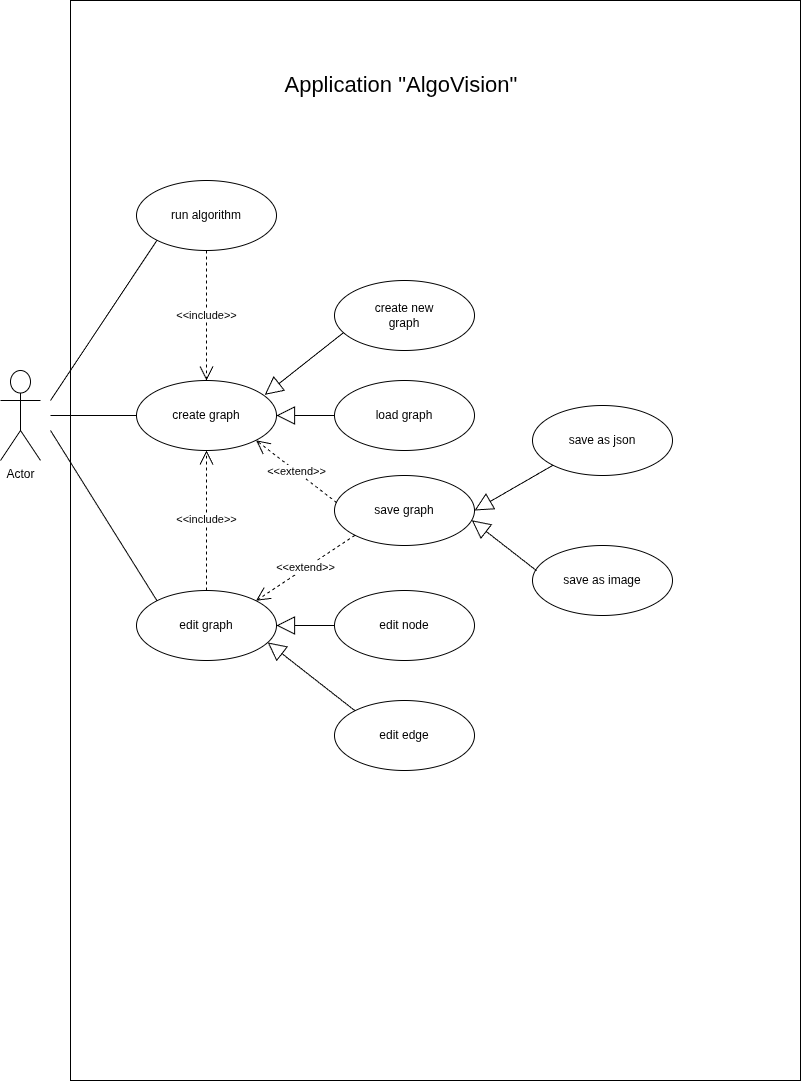
Before: AlgoVision/Specification/UseCaseDiagram.png, a diagram exported from draw.io (miona7/AlgoVision). Source tidied: cells renumbered, new cells last; positions are measured from the earlier drawing's top-left corner, leaving out a move shared by most shapes.
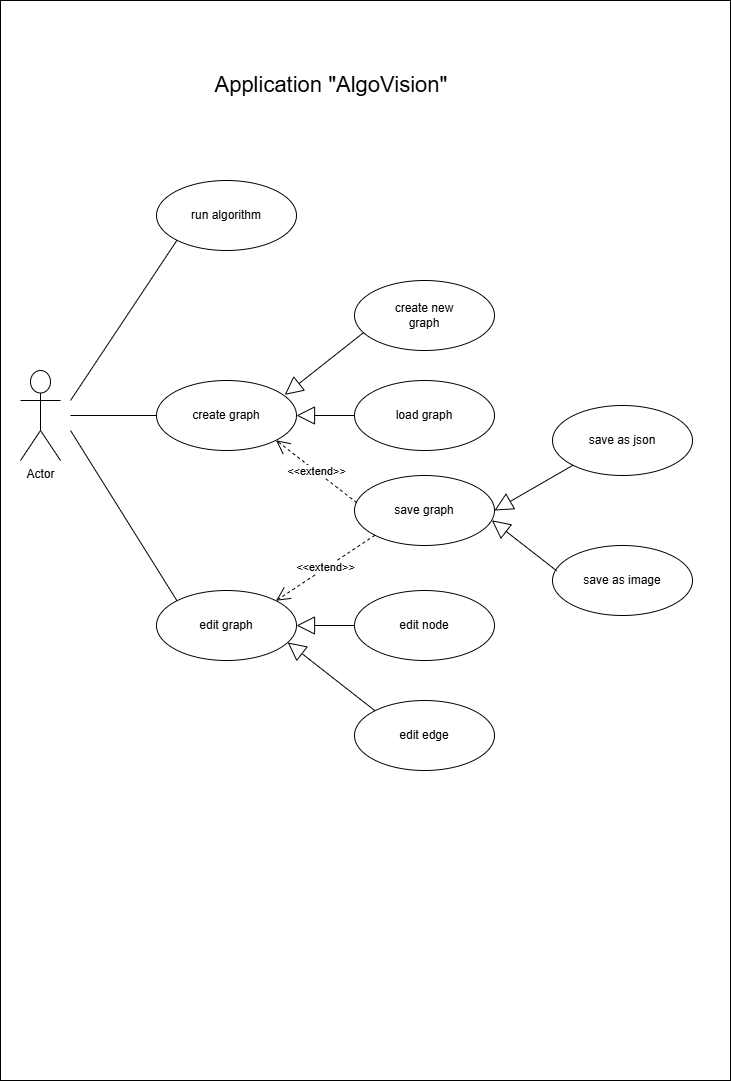
The same diagram one commit later.

Commit message:
docs: update use case diagram

Diff of the diagram source:
```diff
@@ -1,15 +1,15 @@
-<mxGraphModel>
+<mxGraphModel background="#ffffff">
   <root>
     <mxCell id="0" />
     <mxCell id="1" parent="0" />
-    <mxCell id="2" style="rounded=0;whiteSpace=wrap;html=1;" parent="1" vertex="1">
-      <mxGeometry x="70" width="730" height="1080" as="geometry" />
-    </mxCell>
+    <mxCell id="28" style="rounded=0;whiteSpace=wrap;html=1;" parent="1" vertex="1">
+      <mxGeometry x="-20" width="730" height="1080" as="geometry" />
+    </mxCell>
     <mxCell id="3" value="Actor" style="shape=umlActor;verticalLabelPosition=bottom;verticalAlign=top;html=1;" parent="1" vertex="1">
       <mxGeometry y="370" width="40" height="90" as="geometry" />
     </mxCell>
     <mxCell id="4" value="&lt;font style=&quot;font-size: 22px;&quot;&gt;Application &quot;AlgoVision&quot;&lt;b&gt;&amp;nbsp;&lt;/b&gt;&lt;/font&gt;" style="text;html=1;whiteSpace=wrap;strokeColor=none;fillColor=none;align=center;verticalAlign=middle;rounded=0;" parent="1" vertex="1">
-      <mxGeometry x="276" y="70" width="256" height="30" as="geometry" />
+      <mxGeometry x="186" y="70" width="256" height="30" as="geometry" />
     </mxCell>
     <mxCell id="5" value="create graph" style="ellipse;whiteSpace=wrap;html=1;" parent="1" vertex="1">
       <mxGeometry x="136" y="380" width="140" height="70" as="geometry" />
@@ -41,12 +41,6 @@
     <mxCell id="14" value="run algorithm" style="ellipse;whiteSpace=wrap;html=1;" parent="1" vertex="1">
       <mxGeometry x="136" y="180" width="140" height="70" as="geometry" />
     </mxCell>
-    <mxCell id="15" value="&amp;lt;&amp;lt;include&amp;gt;&amp;gt;" style="endArrow=open;endSize=12;dashed=1;html=1;rounded=0;exitX=0.5;exitY=0;exitDx=0;exitDy=0;entryX=0.5;entryY=1;entryDx=0;entryDy=0;" parent="1" edge="1" source="11" target="5">
-      <mxGeometry relative="1" as="geometry" />
-    </mxCell>
-    <mxCell id="16" value="&amp;lt;&amp;lt;include&amp;gt;&amp;gt;" style="endArrow=open;endSize=12;dashed=1;html=1;rounded=0;exitX=0.5;exitY=1;exitDx=0;exitDy=0;entryX=0.5;entryY=0;entryDx=0;entryDy=0;" parent="1" edge="1" source="14" target="5">
-      <mxGeometry relative="1" as="geometry" />
-    </mxCell>
     <mxCell id="17" style="endArrow=block;endSize=16;endFill=0;html=1;rounded=0;entryX=1;entryY=0.5;entryDx=0;entryDy=0;exitX=0;exitY=1;exitDx=0;exitDy=0;" parent="1" edge="1" source="9" target="8">
       <mxGeometry relative="1" as="geometry" />
     </mxCell>
@@ -71,20 +65,20 @@
     <mxCell id="24" style="endArrow=block;endSize=16;endFill=0;html=1;rounded=0;exitX=0.065;exitY=0.744;exitDx=0;exitDy=0;exitPerimeter=0;entryX=0.916;entryY=0.205;entryDx=0;entryDy=0;entryPerimeter=0;" parent="1" edge="1" source="6" target="5">
       <mxGeometry relative="1" as="geometry" />
     </mxCell>
-    <mxCell id="25" style="endArrow=none;html=1;rounded=0;entryX=0;entryY=1;entryDx=0;entryDy=0;" parent="1" edge="1" target="14">
-      <mxGeometry relative="1" as="geometry">
-        <mxPoint x="50" y="400" as="sourcePoint" />
-      </mxGeometry>
-    </mxCell>
-    <mxCell id="26" style="endArrow=none;html=1;rounded=0;entryX=0;entryY=0.5;entryDx=0;entryDy=0;" parent="1" edge="1" target="5">
-      <mxGeometry relative="1" as="geometry">
-        <mxPoint x="50" y="415" as="sourcePoint" />
-      </mxGeometry>
-    </mxCell>
-    <mxCell id="27" style="endArrow=none;html=1;rounded=0;entryX=0;entryY=0;entryDx=0;entryDy=0;" parent="1" edge="1" target="11">
-      <mxGeometry relative="1" as="geometry">
-        <mxPoint x="50" y="430" as="sourcePoint" />
-      </mxGeometry>
-    </mxCell>
+    <mxCell id="29" style="endArrow=none;html=1;rounded=0;entryX=0;entryY=1;entryDx=0;entryDy=0;" parent="1" edge="1" target="14">
+      <mxGeometry relative="1" as="geometry">
+        <mxPoint x="50" y="400" as="sourcePoint" />
+      </mxGeometry>
+    </mxCell>
+    <mxCell id="30" style="endArrow=none;html=1;rounded=0;entryX=0;entryY=0.5;entryDx=0;entryDy=0;" parent="1" edge="1" target="5">
+      <mxGeometry relative="1" as="geometry">
+        <mxPoint x="50" y="415" as="sourcePoint" />
+      </mxGeometry>
+    </mxCell>
+    <mxCell id="31" style="endArrow=none;html=1;rounded=0;entryX=0;entryY=0;entryDx=0;entryDy=0;" parent="1" edge="1" target="11">
+      <mxGeometry relative="1" as="geometry">
+        <mxPoint x="50" y="430" as="sourcePoint" />
+      </mxGeometry>
+    </mxCell>
   </root>
 </mxGraphModel>
```
